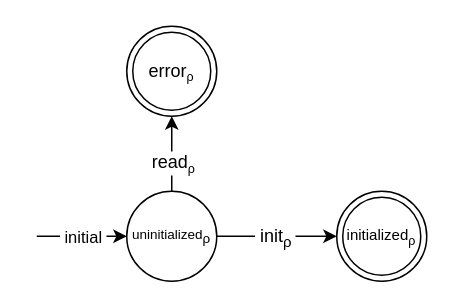
Earlier version of the draw.io diagram algorithm/figures/use-before.drawio (andersfischernielsen/Finding-Resource-Manipulation-Bugs-with-Monitor-Automata-on-the-Example-of-the-Linux-Kernel). Source tidied: cells renumbered, new cells numbered last; positions are measured from the earlier drawing's top-left corner, leaving out a move shared by most shapes. Both pictures are drawn from the tidied source at 150%, with x=0, y=0 at pixel (36, 26).
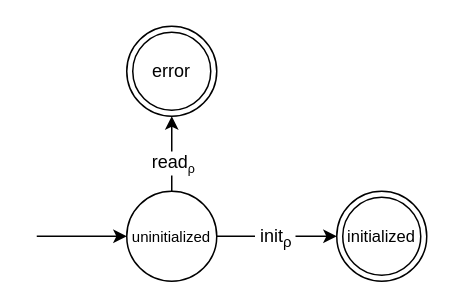
The same diagram, later.

Diff of the diagram source:
```diff
@@
 <mxGraphModel>
   <root>
     <mxCell id="0" />
     <mxCell id="1" parent="0" />
     <mxCell id="2" style="endArrow=classic;html=1;entryX=0;entryY=0.5;entryDx=0;entryDy=0;" parent="1" edge="1" target="8">
       <mxGeometry relative="1" as="geometry">
         <mxPoint y="140" as="sourcePoint" />
       </mxGeometry>
     </mxCell>
-    <mxCell id="3" value="&amp;nbsp;initial&amp;nbsp;" style="edgeLabel;html=1;align=center;verticalAlign=middle;" parent="2" vertex="1">
-      <mxGeometry x="-0.16" y="1" relative="1" as="geometry">
-        <mxPoint x="5" y="1" as="offset" />
-      </mxGeometry>
-    </mxCell>
     <mxCell id="4" style="rounded=0;jettySize=auto;html=1;exitX=0.5;exitY=0;exitDx=0;exitDy=0;entryX=0.5;entryY=1;entryDx=0;entryDy=0;" parent="1" edge="1" source="8" target="9">
       <mxGeometry relative="1" as="geometry" />
     </mxCell>
     <mxCell id="5" value="read&lt;span style=&quot;font-size: 10px&quot;&gt;&lt;sub&gt;ρ&lt;/sub&gt;&lt;/span&gt;" style="text;html=1;align=center;verticalAlign=middle;labelBackgroundColor=#ffffff;" parent="4" vertex="1">
       <mxGeometry x="-0.2" y="-1" relative="1" as="geometry">
         <mxPoint x="-1" as="offset" />
       </mxGeometry>
     </mxCell>
     <mxCell id="6" style="jettySize=auto;html=1;entryX=0;entryY=0.5;entryDx=0;entryDy=0;exitX=1;exitY=0.5;exitDx=0;exitDy=0;" parent="1" edge="1" source="8" target="10">
       <mxGeometry relative="1" as="geometry" />
     </mxCell>
     <mxCell id="7" value="&amp;nbsp;init&lt;sub&gt;ρ&amp;nbsp;&lt;/sub&gt;" style="text;html=1;align=center;verticalAlign=middle;labelBackgroundColor=#ffffff;" parent="6" vertex="1">
       <mxGeometry x="-0.22" y="1" relative="1" as="geometry">
         <mxPoint x="7" y="1" as="offset" />
       </mxGeometry>
     </mxCell>
-    <mxCell id="8" value="uninitialized&lt;span style=&quot;font-size: 9px;&quot;&gt;&lt;sub style=&quot;font-size: 9px;&quot;&gt;ρ&lt;/sub&gt;&lt;/span&gt;" style="ellipse;whiteSpace=wrap;html=1;fontSize=9;" parent="1" vertex="1">
+    <mxCell id="8" value="&lt;font style=&quot;font-size: 10px&quot;&gt;uninitialized&lt;/font&gt;" style="ellipse;whiteSpace=wrap;html=1;fontSize=9;" parent="1" vertex="1">
       <mxGeometry x="60" y="110" width="60" height="60" as="geometry" />
     </mxCell>
-    <mxCell id="9" value="error&lt;span style=&quot;font-size: 10px&quot;&gt;&lt;sub&gt;ρ&lt;/sub&gt;&lt;/span&gt;" style="ellipse;shape=doubleEllipse;whiteSpace=wrap;html=1;" parent="1" vertex="1">
+    <mxCell id="9" value="error" style="ellipse;shape=doubleEllipse;whiteSpace=wrap;html=1;" parent="1" vertex="1">
       <mxGeometry x="60" width="60" height="60" as="geometry" />
     </mxCell>
-    <mxCell id="10" value="&lt;font style=&quot;font-size: 10px&quot;&gt;initialized&lt;sub&gt;ρ&lt;/sub&gt;&lt;/font&gt;" style="ellipse;shape=doubleEllipse;whiteSpace=wrap;html=1;fontSize=8;" parent="1" vertex="1">
+    <mxCell id="10" value="&lt;font style=&quot;font-size: 11px&quot;&gt;initialized&lt;/font&gt;" style="ellipse;shape=doubleEllipse;whiteSpace=wrap;html=1;fontSize=8;" parent="1" vertex="1">
       <mxGeometry x="200" y="110" width="60" height="60" as="geometry" />
     </mxCell>
   </root>
 </mxGraphModel>
```
